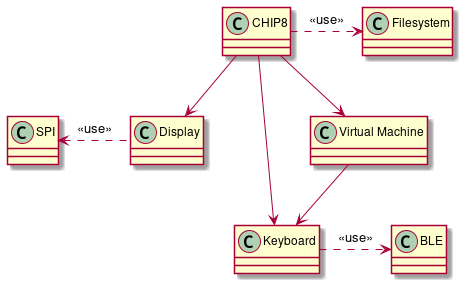
Before: assets/ESP32-CHIP8/CHIP8_class.png, a diagram exported from PlantUML (Panky-codes/panky-codes.github.io).
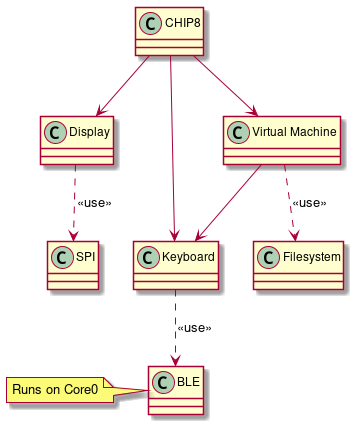
After the commit.

Diff of the diagram source:
```diff
@@ -7,12 +7,14 @@
 class Filesystem {}
 class "Virtual Machine" as VM {}
 
+
 CHIP8 --> VM
 CHIP8 --> Keyboard
 CHIP8 --> Display
-CHIP8 .> Filesystem : <<use>>
-Display .left> SPI : <<use>>
+VM ..> Filesystem : <<use>>
+Display ..> SPI : <<use>>
 VM --> Keyboard
-Keyboard .> BLE : <<use>>
+Keyboard ..> BLE : <<use>>
 
+note left of BLE: Runs on Core0
 @enduml
```
